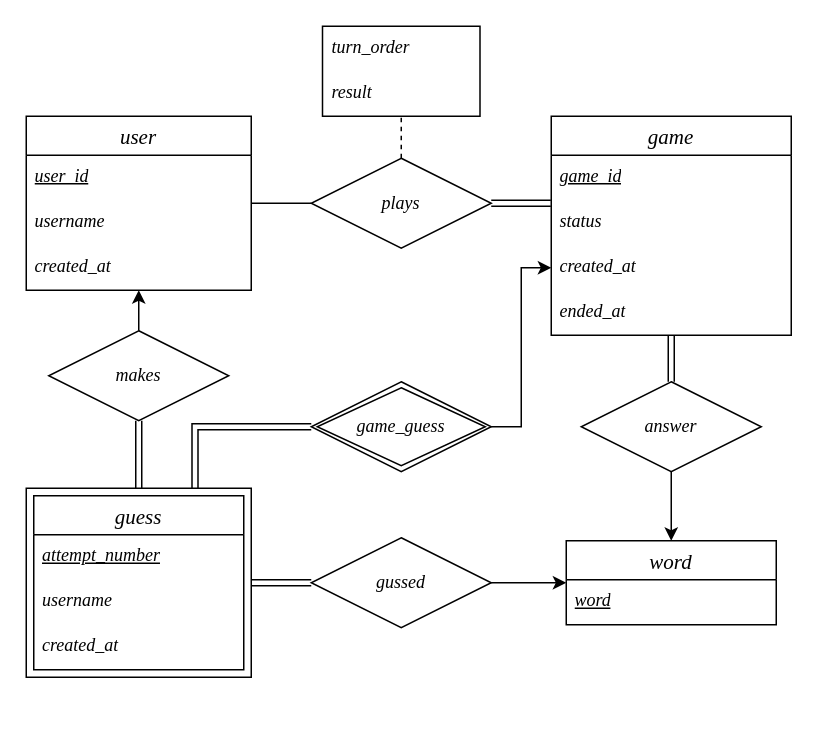
Above: ER-Diagram/Wordle_ER_Diagram.drawio in cmsc447-capstone/shared-state-wordle (draw.io), before the change. Source tidied: cells renumbered, new cells numbered last; positions are measured from the earlier drawing's top-left corner, leaving out a move shared by most shapes. Both pictures are drawn from the tidied source at 150%, with x=0, y=0 at pixel (26, 26).
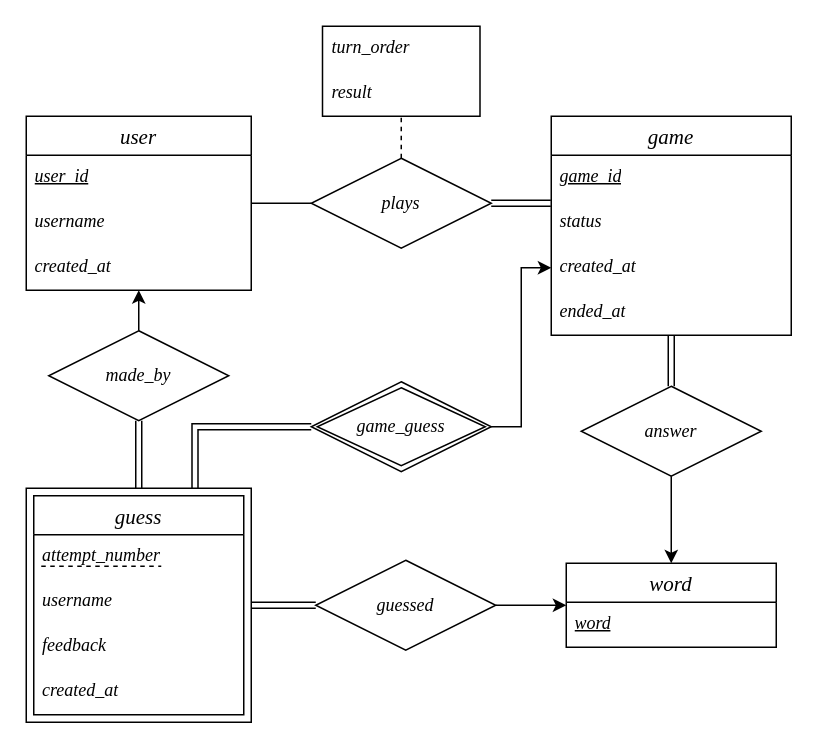
The same page after the edit.

Commit message (it also covers changes not shown here):
Implemented tables - updated ER

Change to the diagram source:
```diff
@@
     <mxCell id="3" style="rounded=0;whiteSpace=wrap;html=1;" parent="1" vertex="1">
-      <mxGeometry y="308" width="150" height="126" as="geometry" />
+      <mxGeometry y="308" width="150" height="156" as="geometry" />
     </mxCell>
@@
     <mxCell id="9" value="guess" style="swimlane;fontStyle=2;horizontal=1;startSize=26;align=center;fontSize=14;fontFamily=Times New Roman;" parent="1" vertex="1">
-      <mxGeometry x="5" y="313" width="140" height="116" as="geometry" />
+      <mxGeometry x="5" y="313" width="140" height="146" as="geometry" />
     </mxCell>
-    <mxCell id="10" value="&lt;u&gt;attempt_number&lt;/u&gt;" style="text;strokeColor=none;fillColor=none;spacingLeft=4;spacingRight=4;overflow=hidden;fontSize=12;whiteSpace=wrap;html=1;fontStyle=2;fontFamily=Times New Roman;" parent="9" vertex="1">
+    <mxCell id="10" value="attempt_number" style="text;strokeColor=none;fillColor=none;spacingLeft=4;spacingRight=4;overflow=hidden;fontSize=12;whiteSpace=wrap;html=1;fontStyle=2;fontFamily=Times New Roman;" parent="9" vertex="1">
       <mxGeometry y="26" width="140" height="30" as="geometry" />
     </mxCell>
@@
+    <mxCell id="37" value="feedback" style="text;strokeColor=none;fillColor=none;spacingLeft=4;spacingRight=4;overflow=hidden;fontSize=12;whiteSpace=wrap;html=1;fontStyle=2;fontFamily=Times New Roman;" parent="9" vertex="1">
+      <mxGeometry y="86" width="140" height="30" as="geometry" />
+    </mxCell>
     <mxCell id="12" value="created_at" style="text;strokeColor=none;fillColor=none;spacingLeft=4;spacingRight=4;overflow=hidden;fontSize=12;whiteSpace=wrap;html=1;fontStyle=2;fontFamily=Times New Roman;" parent="9" vertex="1">
-      <mxGeometry y="86" width="140" height="30" as="geometry" />
+      <mxGeometry y="116" width="140" height="30" as="geometry" />
     </mxCell>
@@
     <mxCell id="15" value="word" style="swimlane;fontStyle=2;horizontal=1;startSize=26;align=center;fontSize=14;fontFamily=Times New Roman;" parent="1" vertex="1">
-      <mxGeometry x="360" y="343" width="140" height="56" as="geometry" />
+      <mxGeometry x="360" y="358" width="140" height="56" as="geometry" />
     </mxCell>
@@
-    <mxCell id="18" value="&lt;font face=&quot;Times New Roman&quot;&gt;&lt;i&gt;gussed&lt;/i&gt;&lt;/font&gt;" style="shape=rhombus;perimeter=rhombusPerimeter;whiteSpace=wrap;html=1;align=center;" parent="1" vertex="1">
-      <mxGeometry x="190" y="341" width="120" height="60" as="geometry" />
+    <mxCell id="18" value="&lt;font face=&quot;Times New Roman&quot;&gt;&lt;i&gt;guessed&lt;/i&gt;&lt;/font&gt;" style="shape=rhombus;perimeter=rhombusPerimeter;whiteSpace=wrap;html=1;align=center;" parent="1" vertex="1">
+      <mxGeometry x="193" y="356" width="120" height="60" as="geometry" />
     </mxCell>
@@
     <mxCell id="20" value="&lt;font face=&quot;Times New Roman&quot;&gt;&lt;i&gt;answer&lt;/i&gt;&lt;/font&gt;" style="shape=rhombus;perimeter=rhombusPerimeter;whiteSpace=wrap;html=1;align=center;" parent="1" vertex="1">
-      <mxGeometry x="370" y="237" width="120" height="60" as="geometry" />
+      <mxGeometry x="370" y="240" width="120" height="60" as="geometry" />
     </mxCell>
@@
-    <mxCell id="33" value="&lt;font face=&quot;Times New Roman&quot;&gt;&lt;i&gt;makes&lt;/i&gt;&lt;/font&gt;" style="shape=rhombus;perimeter=rhombusPerimeter;whiteSpace=wrap;html=1;align=center;" parent="1" vertex="1">
+    <mxCell id="33" value="&lt;font face=&quot;Times New Roman&quot;&gt;&lt;i&gt;made_by&lt;/i&gt;&lt;/font&gt;" style="shape=rhombus;perimeter=rhombusPerimeter;whiteSpace=wrap;html=1;align=center;" parent="1" vertex="1">
       <mxGeometry x="15" y="203" width="120" height="60" as="geometry" />
     </mxCell>
@@
+    <mxCell id="38" style="endArrow=none;dashed=1;html=1;rounded=0;" parent="1" edge="1">
+      <mxGeometry relative="1" as="geometry">
+        <mxPoint x="10" y="360" as="sourcePoint" />
+        <mxPoint x="90" y="360" as="targetPoint" />
+      </mxGeometry>
+    </mxCell>
```
